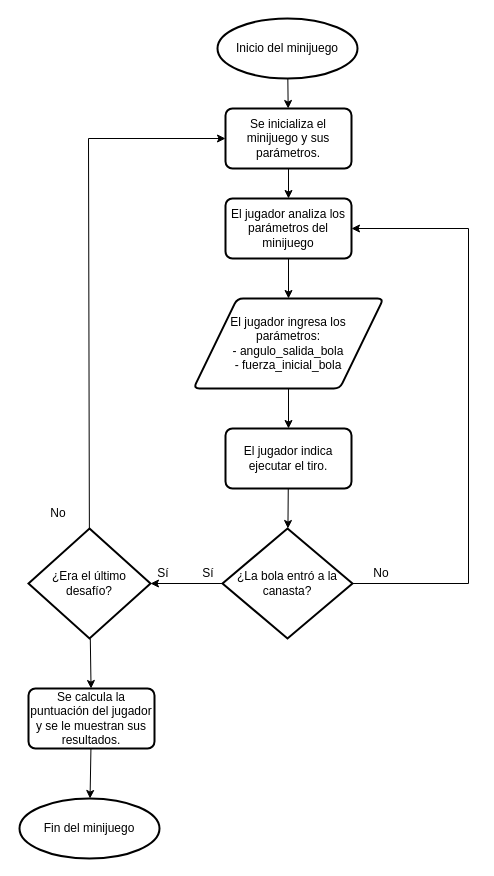
bdominguez99/Escomplicado keeps this draw.io diagram as Diagrams/diagrama-de-flujo-minijuego-1.drawio. Above is the earlier version. Source tidied: cells renumbered, new cells numbered last; positions are measured from the earlier drawing's top-left corner, leaving out a move shared by most shapes. Both pictures are drawn from the tidied source at 100%, with x=0, y=0 at pixel (19, 18).
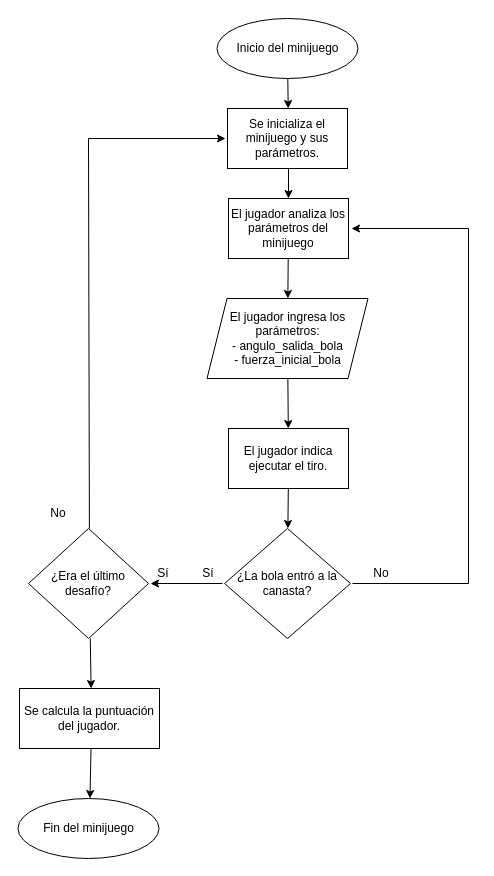
After the change.

Change to the diagram source:
```diff
@@
-    <mxCell id="2" value="Inicio del minijuego" style="strokeWidth=2;html=1;shape=mxgraph.flowchart.start_1;whiteSpace=wrap;" parent="1" vertex="1">
-      <mxGeometry x="198" width="140" height="60" as="geometry" />
-    </mxCell>
-    <mxCell id="3" value="El jugador analiza los parámetros del minijuego" style="rounded=1;whiteSpace=wrap;html=1;absoluteArcSize=1;arcSize=14;strokeWidth=2;" parent="1" vertex="1">
-      <mxGeometry x="206" y="180" width="126" height="60" as="geometry" />
-    </mxCell>
-    <mxCell id="4" value="El jugador ingresa los parámetros:&lt;br&gt;- angulo_salida_bola&lt;br&gt;- fuerza_inicial_bola" style="shape=parallelogram;html=1;strokeWidth=2;perimeter=parallelogramPerimeter;whiteSpace=wrap;rounded=1;arcSize=12;size=0.23;spacingLeft=15;spacingRight=15;" parent="1" vertex="1">
-      <mxGeometry x="174" y="280" width="190" height="90" as="geometry" />
-    </mxCell>
-    <mxCell id="5" value="El jugador indica ejecutar el tiro." style="rounded=1;whiteSpace=wrap;html=1;absoluteArcSize=1;arcSize=14;strokeWidth=2;" parent="1" vertex="1">
-      <mxGeometry x="206" y="410" width="126" height="60" as="geometry" />
-    </mxCell>
-    <mxCell id="6" value="¿La bola entró a la canasta?" style="strokeWidth=2;html=1;shape=mxgraph.flowchart.decision;whiteSpace=wrap;strokeColor=default;" parent="1" vertex="1">
-      <mxGeometry x="203" y="510" width="130" height="110" as="geometry" />
-    </mxCell>
-    <mxCell id="7" value="¿Era el último desafío?" style="strokeWidth=2;html=1;shape=mxgraph.flowchart.decision;whiteSpace=wrap;strokeColor=default;" parent="1" vertex="1">
-      <mxGeometry x="9" y="510" width="122" height="110" as="geometry" />
-    </mxCell>
-    <mxCell id="8" value="Se inicializa el minijuego y sus parámetros." style="rounded=1;whiteSpace=wrap;html=1;absoluteArcSize=1;arcSize=14;strokeWidth=2;" parent="1" vertex="1">
-      <mxGeometry x="206" y="90" width="126" height="60" as="geometry" />
-    </mxCell>
-    <mxCell id="9" value="Se calcula la puntuación del jugador y se le muestran sus resultados." style="rounded=1;whiteSpace=wrap;html=1;absoluteArcSize=1;arcSize=14;strokeWidth=2;" parent="1" vertex="1">
-      <mxGeometry x="9" y="670" width="126" height="60" as="geometry" />
-    </mxCell>
-    <mxCell id="10" style="endArrow=classic;html=1;rounded=0;" parent="1" edge="1" source="2" target="8">
-      <mxGeometry relative="1" as="geometry" />
+    <mxCell id="10" style="endArrow=classic;html=1;rounded=0;" parent="1" edge="1">
+      <mxGeometry relative="1" as="geometry">
+        <mxPoint x="268.3" y="60" as="sourcePoint" />
+        <mxPoint x="268.7" y="90" as="targetPoint" />
+      </mxGeometry>
     </mxCell>
-    <mxCell id="11" style="endArrow=classic;html=1;rounded=0;" parent="1" edge="1" source="8" target="3">
-      <mxGeometry relative="1" as="geometry" />
+    <mxCell id="11" style="endArrow=classic;html=1;rounded=0;" parent="1" edge="1">
+      <mxGeometry relative="1" as="geometry">
+        <mxPoint x="269" y="150" as="sourcePoint" />
+        <mxPoint x="269" y="180" as="targetPoint" />
+      </mxGeometry>
     </mxCell>
-    <mxCell id="12" style="endArrow=classic;html=1;rounded=0;" parent="1" edge="1" source="5" target="6">
-      <mxGeometry relative="1" as="geometry" />
+    <mxCell id="12" style="endArrow=classic;html=1;rounded=0;" parent="1" edge="1">
+      <mxGeometry relative="1" as="geometry">
+        <mxPoint x="268.8" y="470" as="sourcePoint" />
+        <mxPoint x="268.4" y="510" as="targetPoint" />
+      </mxGeometry>
     </mxCell>
-    <mxCell id="13" style="endArrow=classic;html=1;rounded=0;" parent="1" edge="1" source="4" target="5">
-      <mxGeometry relative="1" as="geometry" />
+    <mxCell id="13" style="endArrow=classic;html=1;rounded=0;" parent="1" edge="1" source="4">
+      <mxGeometry relative="1" as="geometry">
+        <mxPoint x="268.8" y="410" as="targetPoint" />
+      </mxGeometry>
     </mxCell>
-    <mxCell id="14" style="endArrow=classic;html=1;rounded=0;" parent="1" edge="1" source="3" target="4">
-      <mxGeometry relative="1" as="geometry" />
+    <mxCell id="14" style="endArrow=classic;html=1;rounded=0;" parent="1" edge="1" target="4">
+      <mxGeometry relative="1" as="geometry">
+        <mxPoint x="268.7" y="240" as="sourcePoint" />
+      </mxGeometry>
     </mxCell>
@@
-    <mxCell id="19" style="endArrow=classic;html=1;rounded=0;" parent="1" edge="1" source="7" target="8">
+    <mxCell id="19" style="endArrow=classic;html=1;rounded=0;" parent="1" edge="1">
       <mxGeometry relative="1" as="geometry">
+        <mxPoint x="69.9" y="510" as="sourcePoint" />
+        <mxPoint x="206" y="120" as="targetPoint" />
         <Array as="points">
           <mxPoint x="69" y="120" />
         </Array>
       </mxGeometry>
     </mxCell>
-    <mxCell id="20" style="endArrow=classic;html=1;rounded=0;" parent="1" edge="1" source="6" target="3">
+    <mxCell id="20" style="endArrow=classic;html=1;rounded=0;" parent="1" edge="1">
       <mxGeometry relative="1" as="geometry">
+        <mxPoint x="333" y="565" as="sourcePoint" />
+        <mxPoint x="332" y="210" as="targetPoint" />
         <Array as="points">
           <mxPoint x="449" y="565" />
           <mxPoint x="449" y="210" />
         </Array>
       </mxGeometry>
     </mxCell>
-    <mxCell id="21" style="endArrow=classic;html=1;rounded=0;" parent="1" edge="1" source="7" target="9">
-      <mxGeometry relative="1" as="geometry" />
+    <mxCell id="21" style="endArrow=classic;html=1;rounded=0;" parent="1" edge="1">
+      <mxGeometry relative="1" as="geometry">
+        <mxPoint x="70.8" y="620" as="sourcePoint" />
+        <mxPoint x="71.6" y="670" as="targetPoint" />
+      </mxGeometry>
     </mxCell>
-    <mxCell id="22" style="endArrow=classic;html=1;rounded=0;" parent="1" edge="1" source="6" target="7">
-      <mxGeometry relative="1" as="geometry" />
+    <mxCell id="22" style="endArrow=classic;html=1;rounded=0;" parent="1" edge="1">
+      <mxGeometry relative="1" as="geometry">
+        <mxPoint x="203" y="565" as="sourcePoint" />
+        <mxPoint x="131" y="565" as="targetPoint" />
+      </mxGeometry>
     </mxCell>
+    <mxCell id="24" style="endArrow=classic;html=1;rounded=0;" parent="1" edge="1">
+      <mxGeometry relative="1" as="geometry">
+        <mxPoint x="71.5" y="730" as="sourcePoint" />
+        <mxPoint x="70.5" y="780" as="targetPoint" />
+      </mxGeometry>
+    </mxCell>
+    <mxCell id="4" value="&lt;span&gt;El jugador ingresa los parámetros:&lt;/span&gt;&lt;br&gt;&lt;span&gt;- angulo_salida_bola&lt;/span&gt;&lt;br&gt;&lt;span&gt;- fuerza_inicial_bola&lt;/span&gt;" style="shape=parallelogram;perimeter=parallelogramPerimeter;whiteSpace=wrap;html=1;fixedSize=1;" parent="1" vertex="1">
+      <mxGeometry x="187.5" y="280" width="161" height="80" as="geometry" />
+    </mxCell>
+    <mxCell id="3" value="&lt;span&gt;El jugador analiza los parámetros del minijuego&lt;/span&gt;" style="rounded=0;whiteSpace=wrap;html=1;" parent="1" vertex="1">
+      <mxGeometry x="209" y="180" width="120" height="60" as="geometry" />
+    </mxCell>
+    <mxCell id="8" value="&lt;span&gt;Se inicializa el minijuego y sus parámetros.&lt;/span&gt;" style="rounded=0;whiteSpace=wrap;html=1;" parent="1" vertex="1">
+      <mxGeometry x="208" y="90" width="120" height="60" as="geometry" />
+    </mxCell>
+    <mxCell id="5" value="&lt;span&gt;El jugador indica ejecutar el tiro.&lt;/span&gt;" style="rounded=0;whiteSpace=wrap;html=1;" parent="1" vertex="1">
+      <mxGeometry x="209" y="410" width="120" height="60" as="geometry" />
+    </mxCell>
+    <mxCell id="7" value="&lt;span&gt;¿Era el último desafío?&lt;/span&gt;" style="rhombus;whiteSpace=wrap;html=1;" parent="1" vertex="1">
+      <mxGeometry x="9" y="510" width="120" height="110" as="geometry" />
+    </mxCell>
+    <mxCell id="6" value="&lt;span&gt;¿La bola entró a la canasta?&lt;/span&gt;" style="rhombus;whiteSpace=wrap;html=1;" parent="1" vertex="1">
+      <mxGeometry x="205" y="510" width="126" height="110" as="geometry" />
+    </mxCell>
+    <mxCell id="25" value="&lt;span&gt;Se calcula la puntuación del jugador.&lt;/span&gt;" style="rounded=0;whiteSpace=wrap;html=1;" parent="1" vertex="1">
+      <mxGeometry y="670" width="140" height="60" as="geometry" />
+    </mxCell>
+    <mxCell id="2" value="Inicio del minijuego" style="ellipse;whiteSpace=wrap;html=1;" parent="1" vertex="1">
+      <mxGeometry x="197.5" width="141" height="60" as="geometry" />
+    </mxCell>
-    <mxCell id="23" value="Fin del minijuego" style="strokeWidth=2;html=1;shape=mxgraph.flowchart.start_1;whiteSpace=wrap;" parent="1" vertex="1">
-      <mxGeometry y="780" width="140" height="60" as="geometry" />
+    <mxCell id="23" value="Fin del minijuego" style="ellipse;whiteSpace=wrap;html=1;" parent="1" vertex="1">
+      <mxGeometry x="-1.5" y="780" width="141" height="60" as="geometry" />
     </mxCell>
-    <mxCell id="24" style="endArrow=classic;html=1;rounded=0;" parent="1" edge="1" source="9" target="23">
-      <mxGeometry relative="1" as="geometry" />
-    </mxCell>
```
